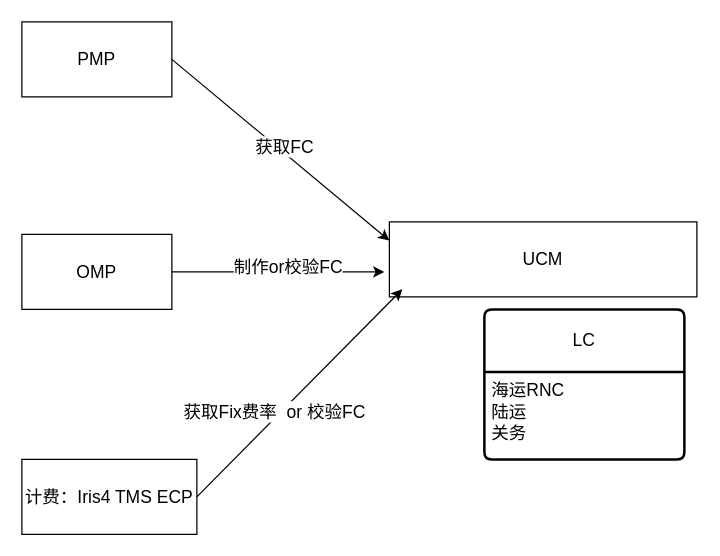
Linsq0504/OMP keeps this draw.io diagram as page "PMP OMP 计费模块 - UCM 交互基本关系" (1 of 2) of UCM-OMPPMP.drawio. Above is the earlier version. Source tidied: cells renumbered, new cells numbered last; positions are measured from the earlier drawing's top-left corner, leaving out a move shared by most shapes. Both pictures are drawn from the tidied source at 125%, with x=0, y=0 at pixel (21, 21).
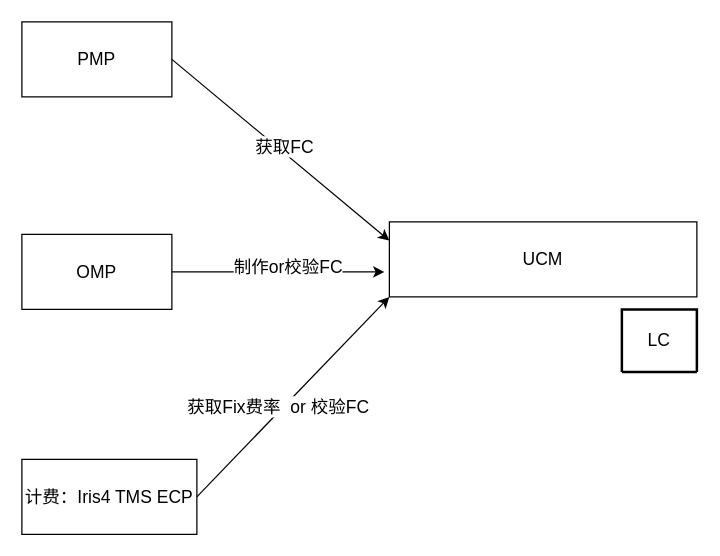
The same page after the edit.

What changed in the source:
```diff
@@
 <mxGraphModel>
   <root>
     <mxCell id="0" />
     <mxCell id="1" parent="0" />
     <mxCell id="2" value="PMP" style="rounded=0;whiteSpace=wrap;html=1;fontSize=14;" parent="1" vertex="1">
       <mxGeometry width="120" height="60" as="geometry" />
     </mxCell>
     <mxCell id="3" value="OMP" style="rounded=0;whiteSpace=wrap;html=1;fontSize=14;" parent="1" vertex="1">
       <mxGeometry y="170" width="120" height="60" as="geometry" />
     </mxCell>
     <mxCell id="4" value="计费：Iris4 TMS ECP" style="rounded=0;whiteSpace=wrap;html=1;fontSize=14;" parent="1" vertex="1">
       <mxGeometry y="350" width="140" height="60" as="geometry" />
     </mxCell>
     <mxCell id="5" value="UCM" style="rounded=0;whiteSpace=wrap;html=1;fontSize=14;" parent="1" vertex="1">
       <mxGeometry x="294" y="160" width="246" height="60" as="geometry" />
     </mxCell>
     <mxCell id="6" style="endArrow=classic;html=1;rounded=0;entryX=0;entryY=0.25;entryDx=0;entryDy=0;" parent="1" edge="1" target="5">
       <mxGeometry relative="1" as="geometry">
         <mxPoint x="120" y="30" as="sourcePoint" />
       </mxGeometry>
     </mxCell>
     <mxCell id="7" value="获取FC" style="edgeLabel;html=1;align=center;verticalAlign=middle;fontSize=14;" parent="6" vertex="1">
       <mxGeometry y="4" relative="1" as="geometry" />
     </mxCell>
     <mxCell id="8" style="endArrow=classic;html=1;rounded=0;exitX=1;exitY=0.5;exitDx=0;exitDy=0;" parent="1" edge="1" source="3">
       <mxGeometry relative="1" as="geometry">
         <mxPoint x="290" y="200" as="targetPoint" />
       </mxGeometry>
     </mxCell>
     <mxCell id="9" value="制作or校验FC" style="edgeLabel;html=1;align=center;verticalAlign=middle;fontSize=14;" parent="8" vertex="1">
       <mxGeometry x="0.08" y="5" relative="1" as="geometry" />
     </mxCell>
-    <mxCell id="10" style="endArrow=classic;html=1;rounded=0;entryX=0.042;entryY=0.9;entryDx=0;entryDy=0;entryPerimeter=0;" parent="1" edge="1" target="5">
+    <mxCell id="10" style="endArrow=classic;html=1;rounded=0;entryX=0;entryY=1;entryDx=0;entryDy=0;" parent="1" edge="1" target="5">
       <mxGeometry relative="1" as="geometry">
         <mxPoint x="140" y="380" as="sourcePoint" />
       </mxGeometry>
     </mxCell>
     <mxCell id="11" value="&lt;font style=&quot;font-size: 14px;&quot;&gt;获取Fix费率&amp;nbsp; or 校验FC&lt;/font&gt;" style="edgeLabel;html=1;align=center;verticalAlign=middle;" parent="10" vertex="1">
-      <mxGeometry x="-0.21" y="4" relative="1" as="geometry" />
+      <mxGeometry x="-0.13" y="4" relative="1" as="geometry" />
     </mxCell>
-    <mxCell id="12" value="LC" style="swimlane;horizontal=1;startSize=50;rounded=1;fontSize=14;fontStyle=0;strokeWidth=2;shadow=0;dashed=0;align=center;arcSize=4;whiteSpace=wrap;html=1;" parent="1" vertex="1">
-      <mxGeometry x="370" y="230" width="160" height="120" as="geometry" />
+    <mxCell id="12" value="LC" style="swimlane;horizontal=1;startSize=50;rounded=1;fontSize=14;fontStyle=0;strokeWidth=2;shadow=0;dashed=0;align=center;arcSize=4;whiteSpace=wrap;html=1;" parent="1" vertex="1" collapsed="1">
+      <mxGeometry x="480" y="230" width="60" height="50" as="geometry" />
     </mxCell>
-    <mxCell id="13" value="&lt;font style=&quot;font-size: 14px;&quot;&gt;海运RNC&lt;/font&gt;&lt;div&gt;&lt;font style=&quot;font-size: 14px;&quot;&gt;陆运&lt;/font&gt;&lt;/div&gt;&lt;div&gt;&lt;font style=&quot;font-size: 14px;&quot;&gt;关务&lt;/font&gt;&lt;/div&gt;" style="align=left;strokeColor=none;fillColor=none;spacingLeft=4;spacingRight=4;fontSize=12;verticalAlign=top;html=1;whiteSpace=wrap;" parent="12" vertex="1">
-      <mxGeometry y="50" width="160" height="70" as="geometry" />
-    </mxCell>
   </root>
 </mxGraphModel>
```
